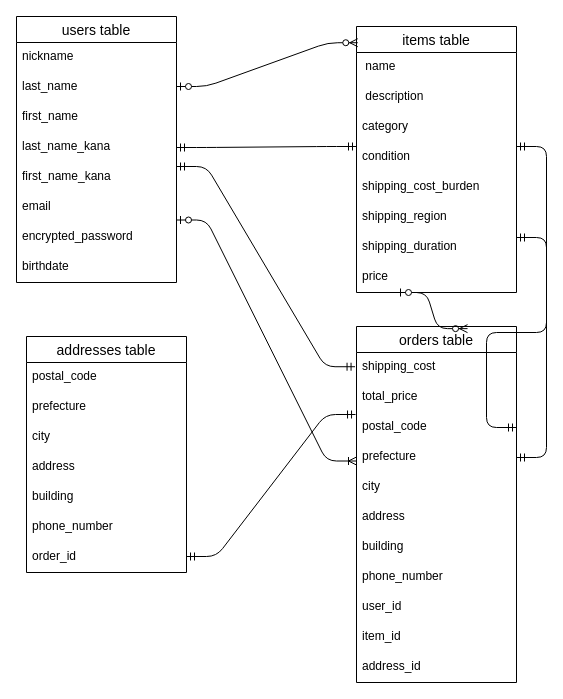
Earlier version of the draw.io diagram ER.dio (ootakito/furima-40505). Source tidied: cells renumbered, new cells numbered last; positions are measured from the earlier drawing's top-left corner, leaving out a move shared by most shapes. Both pictures are drawn from the tidied source at 100%, with x=0, y=0 at pixel (16, 16).
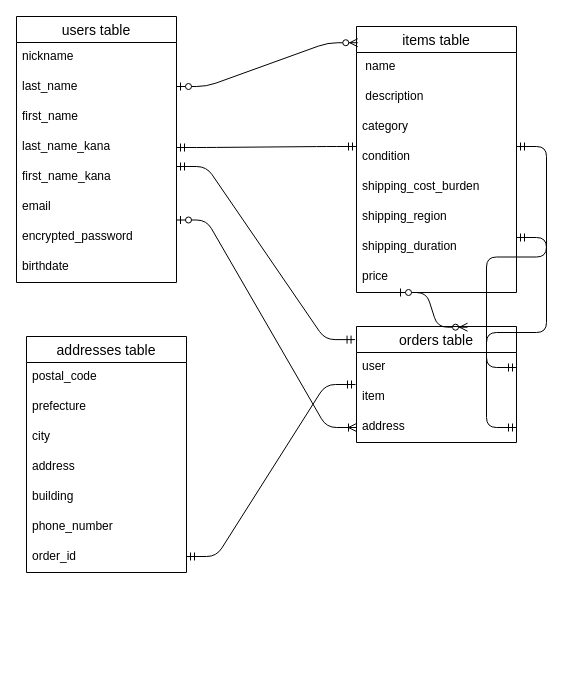
Above is the later version.

Diff of the diagram source:
```diff
@@
     <mxCell id="21" value="orders table" style="swimlane;fontStyle=0;horizontal=1;startSize=26;align=center;fontSize=14;strokeColor=default;fillColor=none;" parent="1" vertex="1">
-      <mxGeometry x="340" y="310" width="160" height="356" as="geometry" />
+      <mxGeometry x="340" y="310" width="160" height="116" as="geometry" />
     </mxCell>
-    <mxCell id="22" value="shipping_cost " style="text;strokeColor=none;fillColor=none;spacingLeft=4;spacingRight=4;overflow=hidden;fontSize=12;" parent="21" vertex="1">
-      <mxGeometry y="26" width="160" height="30" as="geometry" />
-    </mxCell>
-    <mxCell id="23" value="total_price   " style="text;strokeColor=none;fillColor=none;spacingLeft=4;spacingRight=4;overflow=hidden;points=[[0,0.5],[1,0.5]];portConstraint=eastwest;fontSize=12;" parent="21" vertex="1">
-      <mxGeometry y="56" width="160" height="30" as="geometry" />
-    </mxCell>
-    <mxCell id="24" value=" postal_code " style="text;strokeColor=none;fillColor=none;spacingLeft=4;spacingRight=4;overflow=hidden;fontSize=12;" parent="21" vertex="1">
-      <mxGeometry y="86" width="160" height="30" as="geometry" />
-    </mxCell>
-    <mxCell id="25" value="prefecture " style="text;strokeColor=none;fillColor=none;spacingLeft=4;spacingRight=4;overflow=hidden;points=[[0,0.5],[1,0.5]];portConstraint=eastwest;fontSize=12;" parent="21" vertex="1">
-      <mxGeometry y="116" width="160" height="30" as="geometry" />
-    </mxCell>
-    <mxCell id="26" value="city " style="text;strokeColor=none;fillColor=none;spacingLeft=4;spacingRight=4;overflow=hidden;fontSize=12;" parent="21" vertex="1">
-      <mxGeometry y="146" width="160" height="30" as="geometry" />
-    </mxCell>
-    <mxCell id="27" value="address" style="text;strokeColor=none;fillColor=none;spacingLeft=4;spacingRight=4;overflow=hidden;points=[[0,0.5],[1,0.5]];portConstraint=eastwest;fontSize=12;" parent="21" vertex="1">
-      <mxGeometry y="176" width="160" height="30" as="geometry" />
-    </mxCell>
-    <mxCell id="28" value="building " style="text;strokeColor=none;fillColor=none;spacingLeft=4;spacingRight=4;overflow=hidden;fontSize=12;" parent="21" vertex="1">
-      <mxGeometry y="206" width="160" height="30" as="geometry" />
-    </mxCell>
-    <mxCell id="29" value="phone_number" style="text;strokeColor=none;fillColor=none;spacingLeft=4;spacingRight=4;overflow=hidden;fontSize=12;" parent="21" vertex="1">
-      <mxGeometry y="236" width="160" height="30" as="geometry" />
-    </mxCell>
-    <mxCell id="30" value="user_id" style="text;strokeColor=none;fillColor=none;spacingLeft=4;spacingRight=4;overflow=hidden;fontSize=12;" parent="21" vertex="1">
-      <mxGeometry y="266" width="160" height="30" as="geometry" />
+    <mxCell id="30" value="user" style="text;strokeColor=none;fillColor=none;spacingLeft=4;spacingRight=4;overflow=hidden;fontSize=12;" parent="21" vertex="1">
+      <mxGeometry y="26" width="160" height="30" as="geometry" />
     </mxCell>
-    <mxCell id="31" value="item_id " style="text;strokeColor=none;fillColor=none;spacingLeft=4;spacingRight=4;overflow=hidden;fontSize=12;" parent="21" vertex="1">
-      <mxGeometry y="296" width="160" height="30" as="geometry" />
+    <mxCell id="31" value="item" style="text;strokeColor=none;fillColor=none;spacingLeft=4;spacingRight=4;overflow=hidden;fontSize=12;" parent="21" vertex="1">
+      <mxGeometry y="56" width="160" height="30" as="geometry" />
     </mxCell>
-    <mxCell id="32" value="address_id" style="text;strokeColor=none;fillColor=none;spacingLeft=4;spacingRight=4;overflow=hidden;fontSize=12;" parent="21" vertex="1">
-      <mxGeometry y="326" width="160" height="30" as="geometry" />
-    </mxCell>
+    <mxCell id="27" value="address" style="text;strokeColor=none;fillColor=none;spacingLeft=4;spacingRight=4;overflow=hidden;points=[[0,0.5],[1,0.5]];portConstraint=eastwest;fontSize=12;" parent="21" vertex="1">
+      <mxGeometry y="86" width="160" height="30" as="geometry" />
+    </mxCell>
@@
-    <mxCell id="35" style="edgeStyle=entityRelationEdgeStyle;fontSize=12;html=1;endArrow=ERoneToMany;startArrow=ERzeroToOne;entryX=0;entryY=0.5;entryDx=0;entryDy=0;" parent="1" edge="1">
+    <mxCell id="35" style="edgeStyle=entityRelationEdgeStyle;fontSize=12;html=1;endArrow=ERoneToMany;startArrow=ERzeroToOne;entryX=0;entryY=0.5;entryDx=0;entryDy=0;" parent="1" edge="1" target="27">
       <mxGeometry relative="1" as="geometry">
         <mxPoint x="160" y="203.5" as="sourcePoint" />
-        <mxPoint x="340" y="444.5" as="targetPoint" />
       </mxGeometry>
     </mxCell>
@@
-    <mxCell id="47" style="edgeStyle=entityRelationEdgeStyle;fontSize=12;html=1;endArrow=ERmandOne;startArrow=ERmandOne;entryX=-0.006;entryY=1.067;entryDx=0;entryDy=0;entryPerimeter=0;" parent="1" edge="1" target="23">
+    <mxCell id="47" style="edgeStyle=entityRelationEdgeStyle;fontSize=12;html=1;endArrow=ERmandOne;startArrow=ERmandOne;entryX=-0.006;entryY=1.067;entryDx=0;entryDy=0;entryPerimeter=0;" parent="1" edge="1">
       <mxGeometry relative="1" as="geometry">
         <mxPoint x="170" y="540" as="sourcePoint" />
+        <mxPoint x="339" y="368" as="targetPoint" />
       </mxGeometry>
     </mxCell>
-    <mxCell id="48" style="edgeStyle=entityRelationEdgeStyle;fontSize=12;html=1;endArrow=ERmandOne;startArrow=ERmandOne;" parent="1" edge="1" target="25">
+    <mxCell id="48" style="edgeStyle=entityRelationEdgeStyle;fontSize=12;html=1;endArrow=ERmandOne;startArrow=ERmandOne;" parent="1" edge="1">
       <mxGeometry relative="1" as="geometry">
         <mxPoint x="500" y="130" as="sourcePoint" />
+        <mxPoint x="500" y="351" as="targetPoint" />
       </mxGeometry>
     </mxCell>
```
